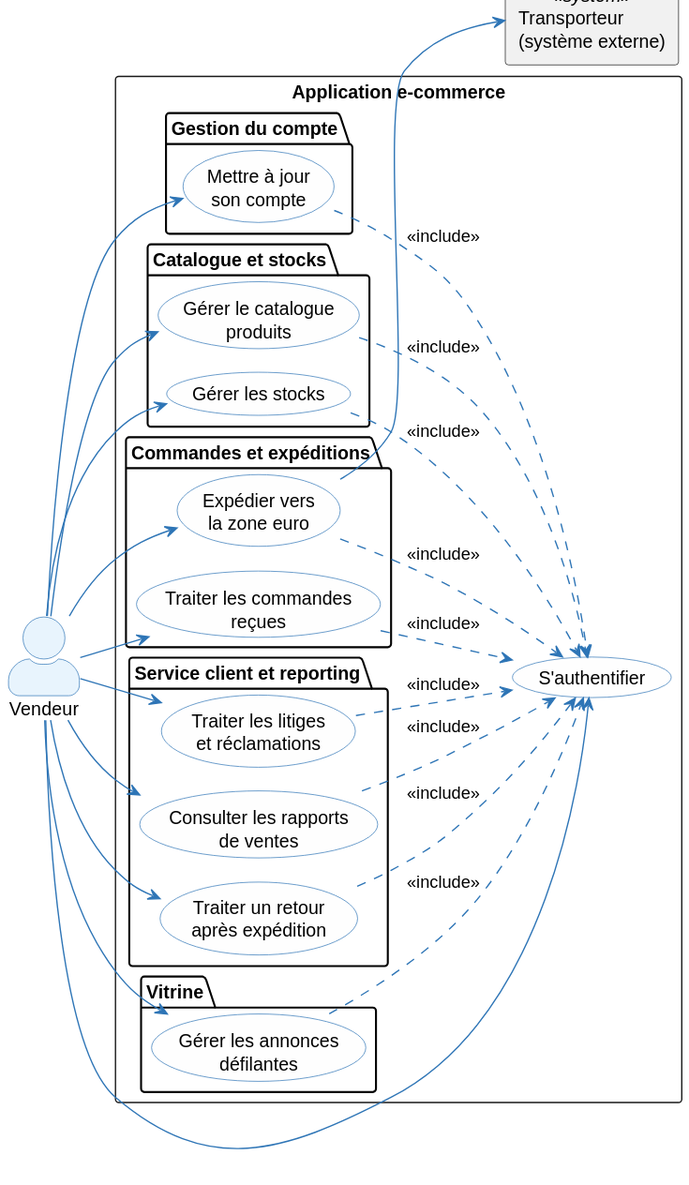
Above: architecture/01-operational-analysis/diagrams/oa-uc-vendor.svg in louistalvande/online_shop (PlantUML), before the change.
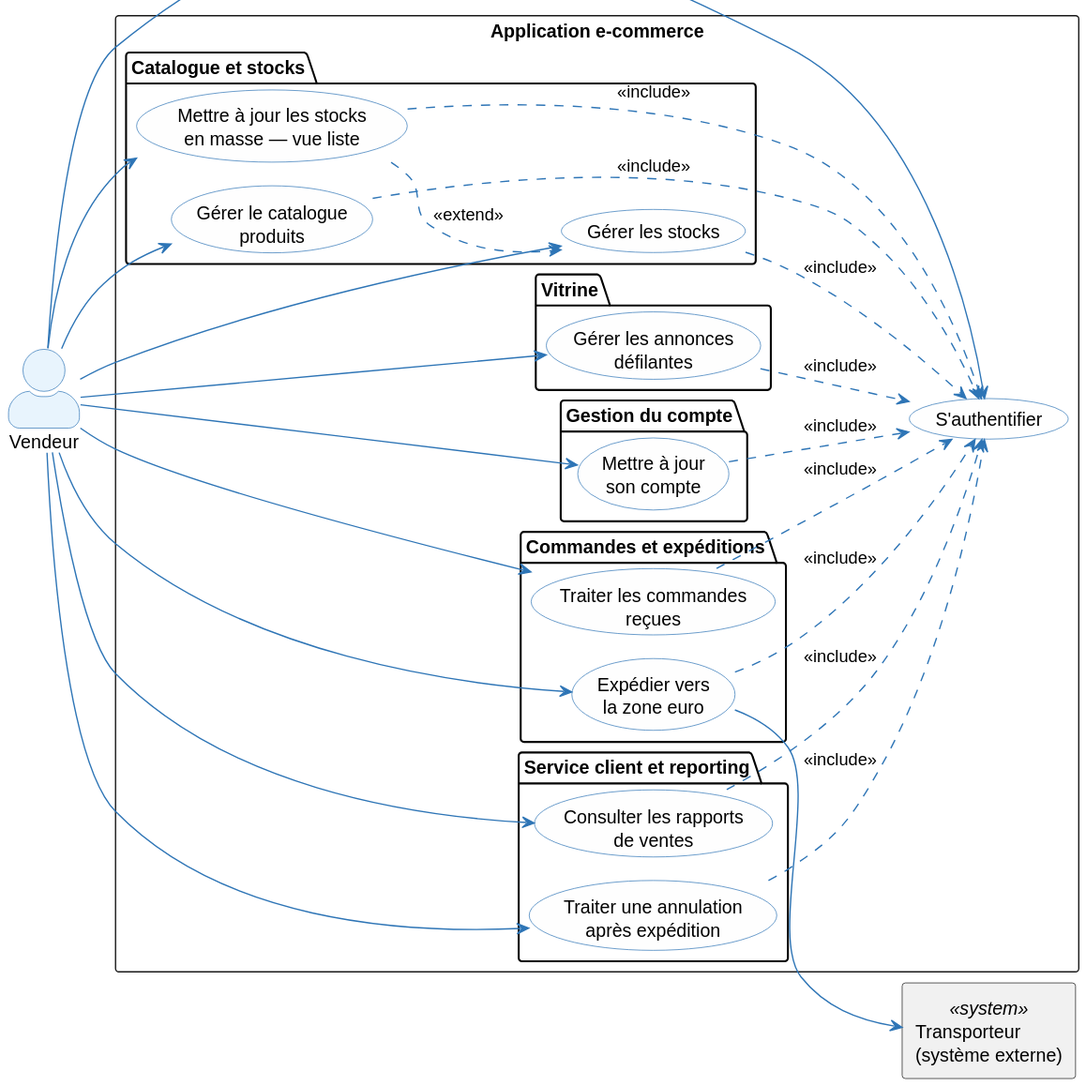
After the commit.

Diff of the diagram source:
```diff
@@ -23,15 +23,15 @@
   package "Catalogue et stocks" {
     usecase (Gérer le catalogue\nproduits) as UC_V1
     usecase (Gérer les stocks) as UC_V2
+    usecase (Mettre à jour les stocks\nen masse — vue liste) as UC_V10
   }
   package "Commandes et expéditions" {
     usecase (Traiter les commandes\nreçues) as UC_V3
     usecase (Expédier vers\nla zone euro) as UC_V4
   }
   package "Service client et reporting" {
-    usecase (Traiter les litiges\net réclamations) as UC_V5
     usecase (Consulter les rapports\nde ventes) as UC_V6
-    usecase (Traiter un retour\naprès expédition) as UC_V8
+    usecase (Traiter une annulation\naprès expédition) as UC_V8
   }
   package "Vitrine" {
     usecase (Gérer les annonces\ndéfilantes) as UC_V9
@@ -42,9 +42,9 @@
 Vendor --> UC_V0
 Vendor --> UC_V1
 Vendor --> UC_V2
+Vendor --> UC_V10
 Vendor --> UC_V3
 Vendor --> UC_V4
-Vendor --> UC_V5
 Vendor --> UC_V6
 Vendor --> UC_V8
 Vendor --> UC_V9
@@ -53,9 +53,10 @@
 UC_V2 ..> UC_V_AUTH : <<include>>
 UC_V3 ..> UC_V_AUTH : <<include>>
 UC_V4 ..> UC_V_AUTH : <<include>>
-UC_V5 ..> UC_V_AUTH : <<include>>
 UC_V6 ..> UC_V_AUTH : <<include>>
 UC_V8 ..> UC_V_AUTH : <<include>>
 UC_V9 ..> UC_V_AUTH : <<include>>
+UC_V10 ..> UC_V_AUTH : <<include>>
+UC_V10 ..> UC_V2 : <<extend>>
 UC_V4 --> Carrier
 @enduml
```
